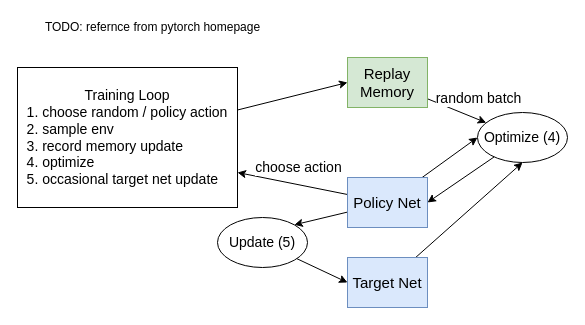
Stefan2911/SMTaaS keeps this draw.io diagram as page "dqn_data_flow" (5 of 5) of visualizations/background.drawio. Above is the earlier version. Source tidied: cells renumbered, new cells numbered last; positions are measured from the earlier drawing's top-left corner, leaving out a move shared by most shapes. Both pictures are drawn from the tidied source at 100%, with x=0, y=0 at pixel (17, 17).
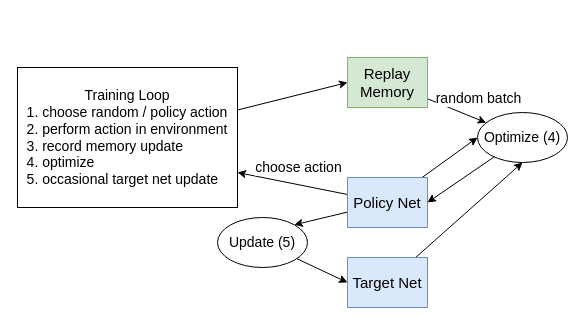
Above is the later version.

The edit, as a diff of the source:
```diff
@@
-    <mxCell id="2" value="TODO: refernce from pytorch homepage" style="text;html=1;align=center;verticalAlign=middle;strokeColor=none;fillColor=none;" parent="1" vertex="1">
-      <mxGeometry x="20" width="230" height="20" as="geometry" />
-    </mxCell>
@@
-    <mxCell id="14" value="Training Loop&lt;br&gt;&lt;div style=&quot;text-align: left&quot;&gt;&lt;span&gt;1. choose random / policy action&lt;/span&gt;&lt;/div&gt;&lt;div style=&quot;text-align: left&quot;&gt;&lt;span&gt;2. sample env&lt;br&gt;3. record memory update&lt;br&gt;4. optimize&lt;br&gt;5. occasional target net update&lt;/span&gt;&lt;/div&gt;" style="rounded=0;whiteSpace=wrap;html=1;fontSize=14;" parent="1" vertex="1">
+    <mxCell id="14" value="Training Loop&lt;br&gt;&lt;div style=&quot;text-align: left&quot;&gt;&lt;span&gt;1. choose random / policy action&lt;/span&gt;&lt;/div&gt;&lt;div style=&quot;text-align: left&quot;&gt;&lt;span&gt;2. perform action in environment&lt;br&gt;3. record memory update&lt;br&gt;4. optimize&lt;br&gt;5. occasional target net update&lt;/span&gt;&lt;/div&gt;" style="rounded=0;whiteSpace=wrap;html=1;fontSize=14;" parent="1" vertex="1">
       <mxGeometry y="50" width="220" height="140" as="geometry" />
     </mxCell>
```
